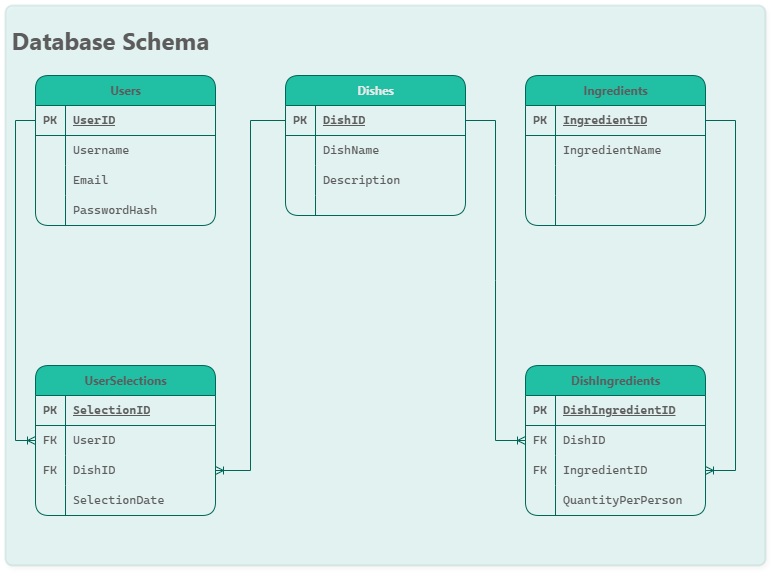
This is DB_schema.png from lamprosch/DishPlanner, a draw.io export, as it was before one commit. Source tidied: cells renumbered, new cells last; positions are measured from the earlier drawing's top-left corner, leaving out a move shared by most shapes.
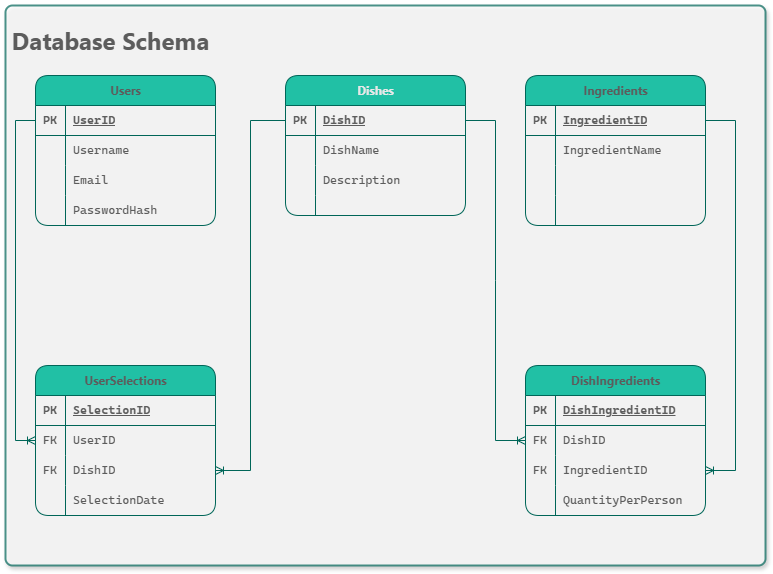
Above is the later version.

The edit, as a diff of the source:
```diff
@@ -2,7 +2,7 @@
   <root>
     <mxCell id="0" />
     <mxCell id="1" parent="0" />
-    <mxCell id="2" style="rounded=1;whiteSpace=wrap;html=1;absoluteArcSize=1;arcSize=14;strokeWidth=2;fillColor=#21C0A5;shadow=1;glass=0;strokeColor=#006658;fontColor=light-dark(#E4E4E4,#E6E6E6);opacity=10;labelBackgroundColor=none;" parent="1" vertex="1">
+    <mxCell id="2" style="rounded=1;whiteSpace=wrap;html=1;absoluteArcSize=1;arcSize=14;strokeWidth=2;fillColor=light-dark(#FFFFFF,#000604);shadow=1;glass=0;strokeColor=#006658;fontColor=light-dark(#E4E4E4,#E6E6E6);labelBackgroundColor=none;gradientColor=none;gradientDirection=west;fillStyle=solid;opacity=70;" parent="1" vertex="1">
       <mxGeometry width="760" height="560" as="geometry" />
     </mxCell>
     <mxCell id="3" value="Users" style="shape=table;startSize=30;rowLines=0;fontStyle=1;align=center;html=1;fillColor=#21C0A5;strokeColor=#006658;fontFamily=Segoe UI;rounded=1;labelBackgroundColor=none;fontColor=light-dark(#5C5C5C,#E6E6E6);" parent="1" vertex="1">
```
